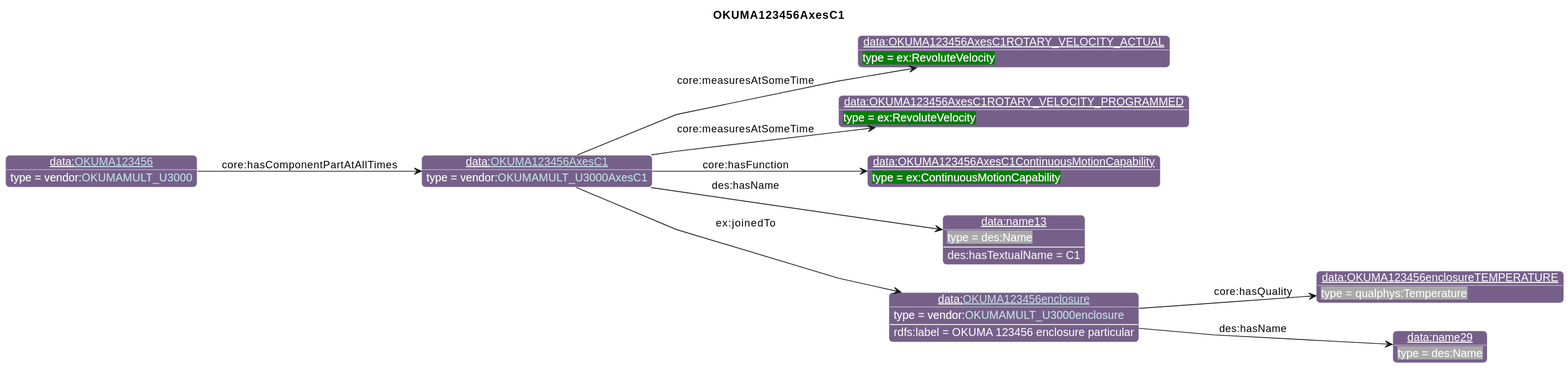
This is diagrams/OKUMA123456AxesC1.svg from iofoundry/example-syseng-mtconnect, a PlantUML export, as it was before one commit. Source of this version:
```plantuml
@startuml
!include ../iof.iuml

<style>
object {
  HyperlinkColor #C4E1E6
}
</style>

left to right direction
skinparam linetype polyline
title OKUMA123456AxesC1

!$default_direction = down

!$namespace_colors = { "bfo":"DFA702",
                      "iof":"1E90FF",
                      "ns":"Green",
                      "ns1":"76608A",
                      "core":"000000",
                      "ex":"Green",
                      "data":"76608A",
                      "vendor":"76608A",
                      "units":"8A2D3B",
                      "cmns-dsg":"3A0519",
                      "qp":"641B2E"
      }
individual(o0, data:[[./OKUMA123456AxesC1.html OKUMA123456AxesC1]], vendor:[[../OKUMA.html#OKUMAMULT_U3000AxesC1 OKUMAMULT_U3000AxesC1]])
individual(o1, data:OKUMA123456AxesC1ROTARY_VELOCITY_ACTUAL, ex:RevoluteVelocity)
individual(o2, data:OKUMA123456AxesC1ROTARY_VELOCITY_PROGRAMMED, ex:RevoluteVelocity)
individual(o3, data:OKUMA123456AxesC1ContinuousMotionCapability, ex:ContinuousMotionCapability)
individual(o4, data:name13, des:Name)
individual(o5, data:[[./OKUMA123456enclosure.html OKUMA123456enclosure]], vendor:[[../OKUMA.html#OKUMAMULT_U3000enclosure OKUMAMULT_U3000enclosure]])
individual(o6, data:OKUMA123456enclosureTEMPERATURE, qualphys:Temperature)
individual(o7, data:name29, des:Name)
individual(o8, data:[[./OKUMA123456.html OKUMA123456]], vendor:[[../OKUMA.html#OKUMAMULT_U3000 OKUMAMULT_U3000]])
property(o0, "core:measuresAtSomeTime", o1)
property(o0, "core:measuresAtSomeTime", o2)
property(o0, "core:hasFunction", o3)
property(o0, "des:hasName", o4)
data(o4, "des:hasTextualName", "C1")
property(o0, "ex:joinedTo", o5)
data(o5, "rdfs:label", "OKUMA 123456 enclosure particular")
property(o5, "core:hasQuality", o6)
property(o5, "des:hasName", o7)
property(o8, "core:hasComponentPartAtAllTimes", o0)
@enduml
```
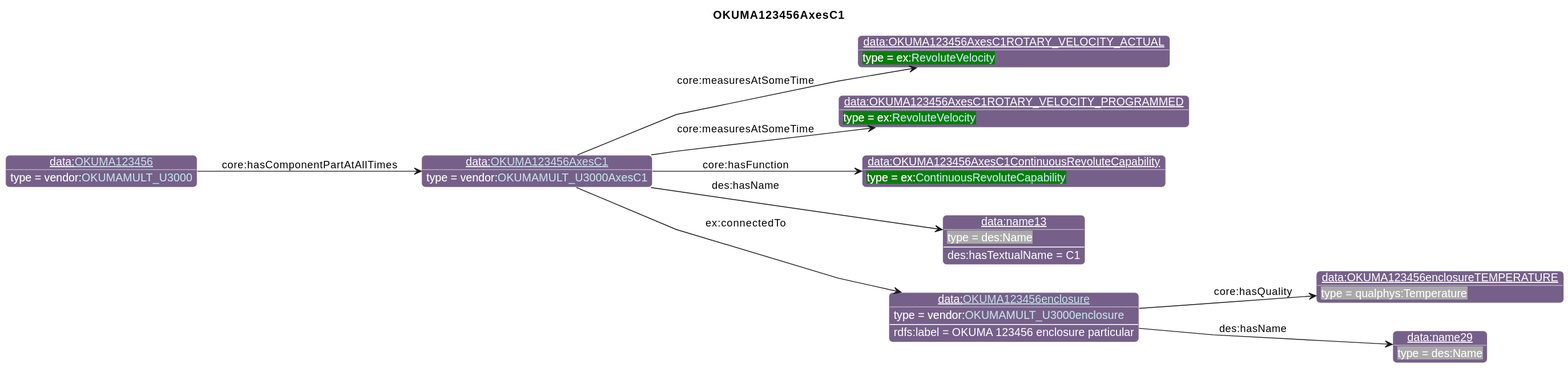
Later version of the same file.

Diff of the diagram source:
```diff
@@ -26,9 +26,9 @@
                       "qp":"641B2E"
       }
 individual(o0, data:[[./OKUMA123456AxesC1.html OKUMA123456AxesC1]], vendor:[[../OKUMA.html#OKUMAMULT_U3000AxesC1 OKUMAMULT_U3000AxesC1]])
-individual(o1, data:OKUMA123456AxesC1ROTARY_VELOCITY_ACTUAL, ex:RevoluteVelocity)
-individual(o2, data:OKUMA123456AxesC1ROTARY_VELOCITY_PROGRAMMED, ex:RevoluteVelocity)
-individual(o3, data:OKUMA123456AxesC1ContinuousMotionCapability, ex:ContinuousMotionCapability)
+individual(o1, data:OKUMA123456AxesC1ROTARY_VELOCITY_ACTUAL, ex:[[../Example.html#RevoluteVelocity RevoluteVelocity]])
+individual(o2, data:OKUMA123456AxesC1ROTARY_VELOCITY_PROGRAMMED, ex:[[../Example.html#RevoluteVelocity RevoluteVelocity]])
+individual(o3, data:OKUMA123456AxesC1ContinuousRevoluteCapability, ex:[[../Example.html#ContinuousRevoluteCapability ContinuousRevoluteCapability]])
 individual(o4, data:name13, des:Name)
 individual(o5, data:[[./OKUMA123456enclosure.html OKUMA123456enclosure]], vendor:[[../OKUMA.html#OKUMAMULT_U3000enclosure OKUMAMULT_U3000enclosure]])
 individual(o6, data:OKUMA123456enclosureTEMPERATURE, qualphys:Temperature)
@@ -39,7 +39,7 @@
 property(o0, "core:hasFunction", o3)
 property(o0, "des:hasName", o4)
 data(o4, "des:hasTextualName", "C1")
-property(o0, "ex:joinedTo", o5)
+property(o0, "ex:connectedTo", o5)
 data(o5, "rdfs:label", "OKUMA 123456 enclosure particular")
 property(o5, "core:hasQuality", o6)
 property(o5, "des:hasName", o7)
```
